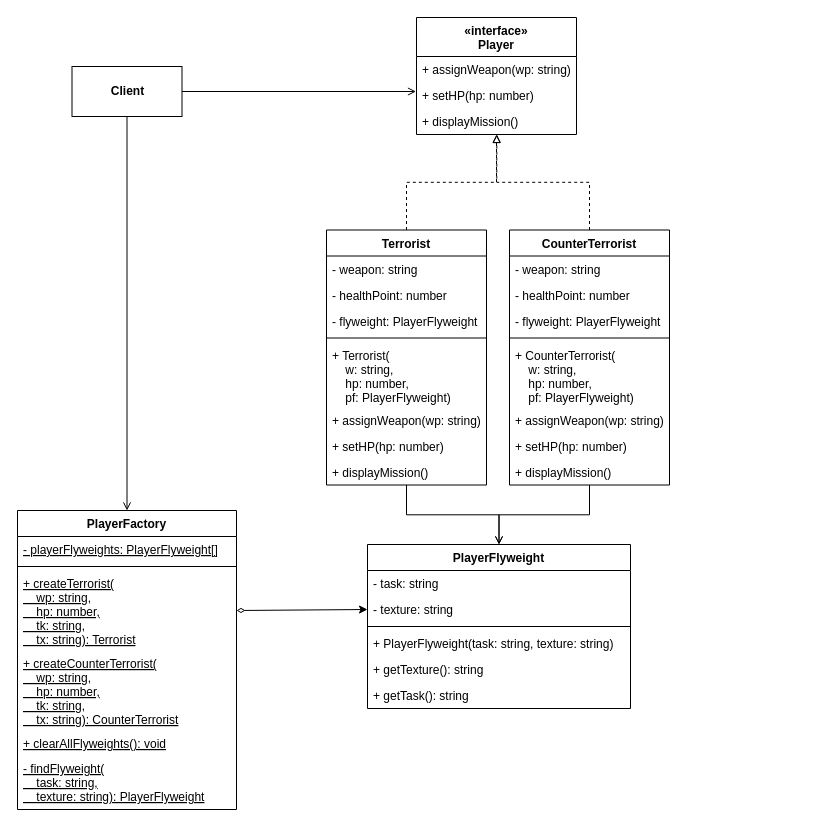
Before: page "Practice" (2 of 2) of src/11-Flyweight/UML.drawio in MangoPomelo/DesignPatternPractice, a draw.io diagram. Source tidied: cells renumbered, new cells numbered last; positions are measured from the earlier drawing's top-left corner, leaving out a move shared by most shapes. Both pictures are drawn from the tidied source at 100%, with x=0, y=0 at pixel (17, 17).
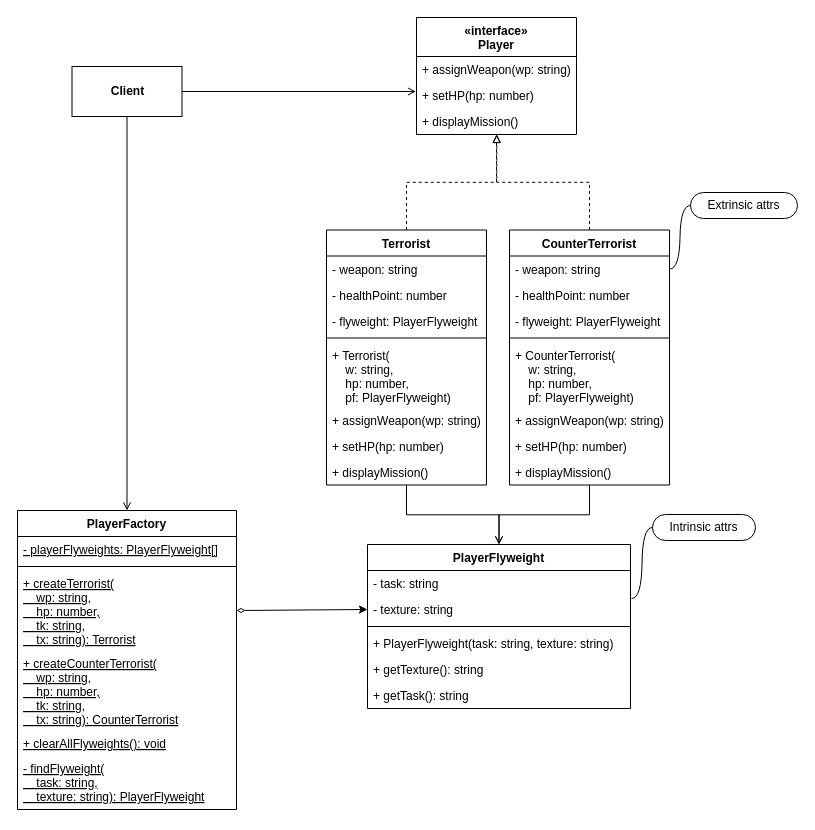
The same diagram, later.

Commit message:
docs: update flyweight UML

Unchanged cells that the change refers to:
```xml
<mxCell id="5" value="- weapon: string" style="text;strokeColor=none;fillColor=none;align=left;verticalAlign=top;spacingLeft=4;spacingRight=4;overflow=hidden;points=[[0,0.5],[1,0.5]];portConstraint=eastwest;" parent="4" vertex="1">
  <mxGeometry y="26" width="160" height="26" as="geometry" />
</mxCell>
<mxCell id="15" value="- texture: string" style="text;strokeColor=none;fillColor=none;align=left;verticalAlign=top;spacingLeft=4;spacingRight=4;overflow=hidden;points=[[0,0.5],[1,0.5]];portConstraint=eastwest;" parent="13" vertex="1">
  <mxGeometry y="52" width="263" height="26" as="geometry" />
</mxCell>
```

What changed in the source:
```diff
@@
+    <mxCell id="46" value="Intrinsic attrs" style="whiteSpace=wrap;html=1;rounded=1;arcSize=50;align=center;verticalAlign=middle;strokeWidth=1;spacing=4;newEdgeStyle={&quot;edgeStyle&quot;:&quot;entityRelationEdgeStyle&quot;,&quot;startArrow&quot;:&quot;none&quot;,&quot;endArrow&quot;:&quot;none&quot;,&quot;segment&quot;:10,&quot;curved&quot;:1};" parent="1" vertex="1">
+      <mxGeometry x="635" y="497" width="103" height="26" as="geometry" />
+    </mxCell>
+    <mxCell id="47" style="edgeStyle=entityRelationEdgeStyle;startArrow=none;endArrow=none;segment=10;curved=1;exitX=1.004;exitY=0.077;exitDx=0;exitDy=0;exitPerimeter=0;" parent="1" edge="1" source="15" target="46">
+      <mxGeometry relative="1" as="geometry" />
+    </mxCell>
+    <mxCell id="48" value="Extrinsic attrs" style="whiteSpace=wrap;html=1;rounded=1;arcSize=50;align=center;verticalAlign=middle;strokeWidth=1;spacing=4;newEdgeStyle={&quot;edgeStyle&quot;:&quot;entityRelationEdgeStyle&quot;,&quot;startArrow&quot;:&quot;none&quot;,&quot;endArrow&quot;:&quot;none&quot;,&quot;segment&quot;:10,&quot;curved&quot;:1};" parent="1" vertex="1">
+      <mxGeometry x="673" y="175" width="107" height="26" as="geometry" />
+    </mxCell>
+    <mxCell id="49" style="edgeStyle=entityRelationEdgeStyle;startArrow=none;endArrow=none;segment=10;curved=1;exitX=1;exitY=0.5;exitDx=0;exitDy=0;" parent="1" edge="1" source="5" target="48">
+      <mxGeometry relative="1" as="geometry" />
+    </mxCell>
```
